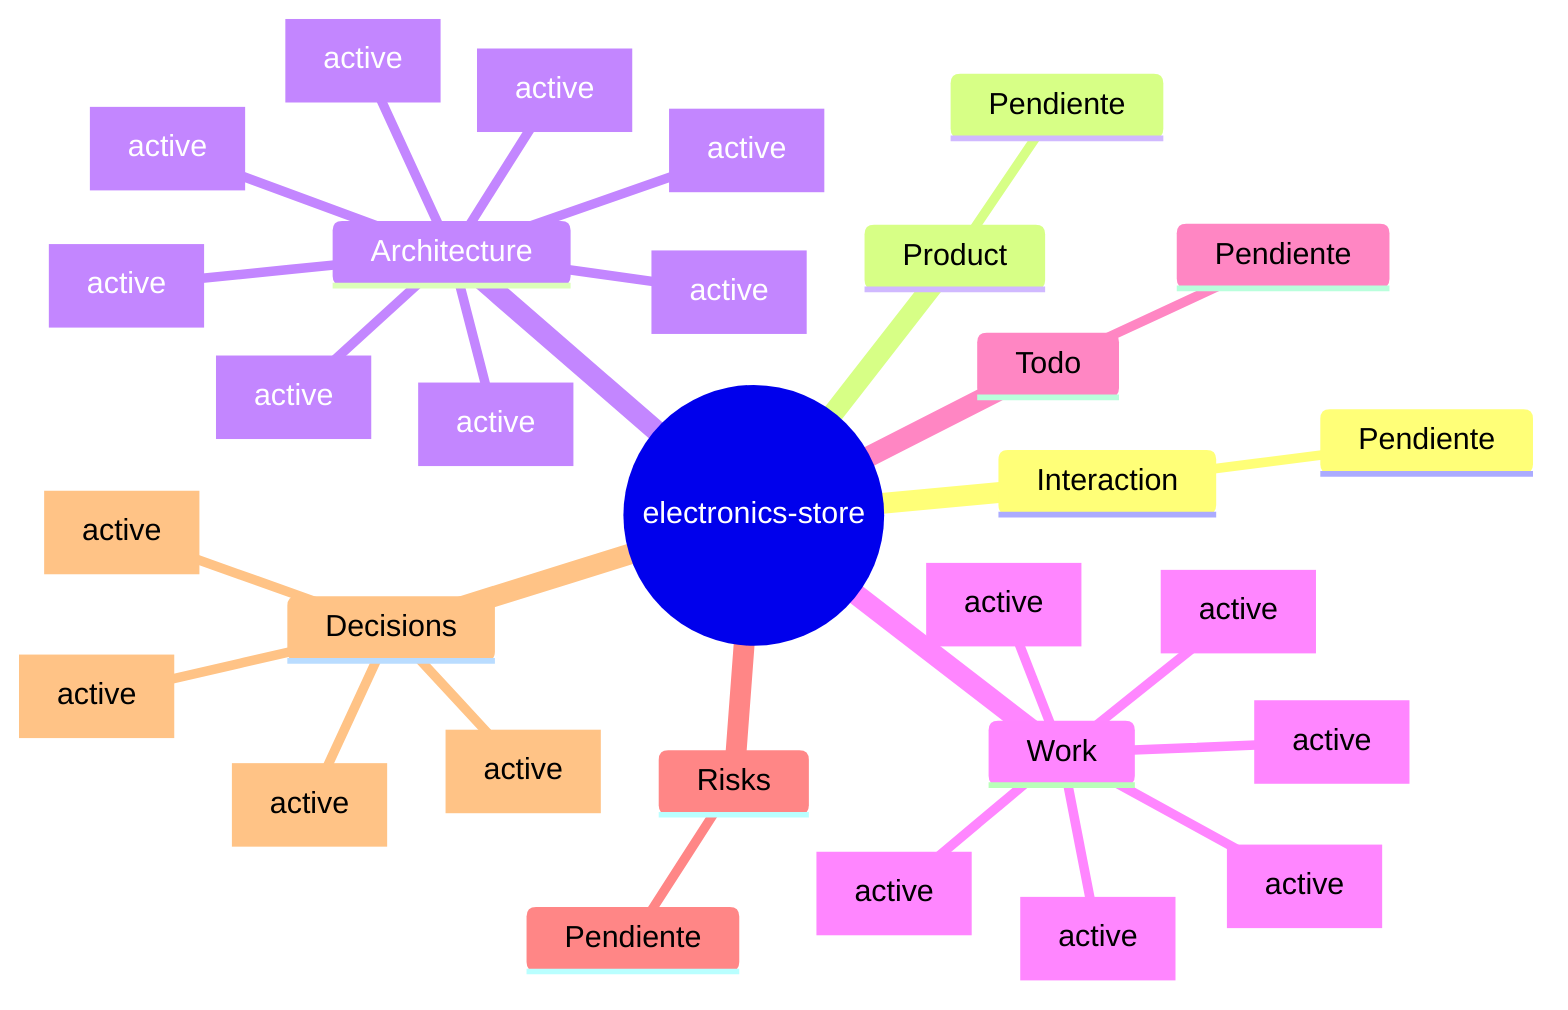
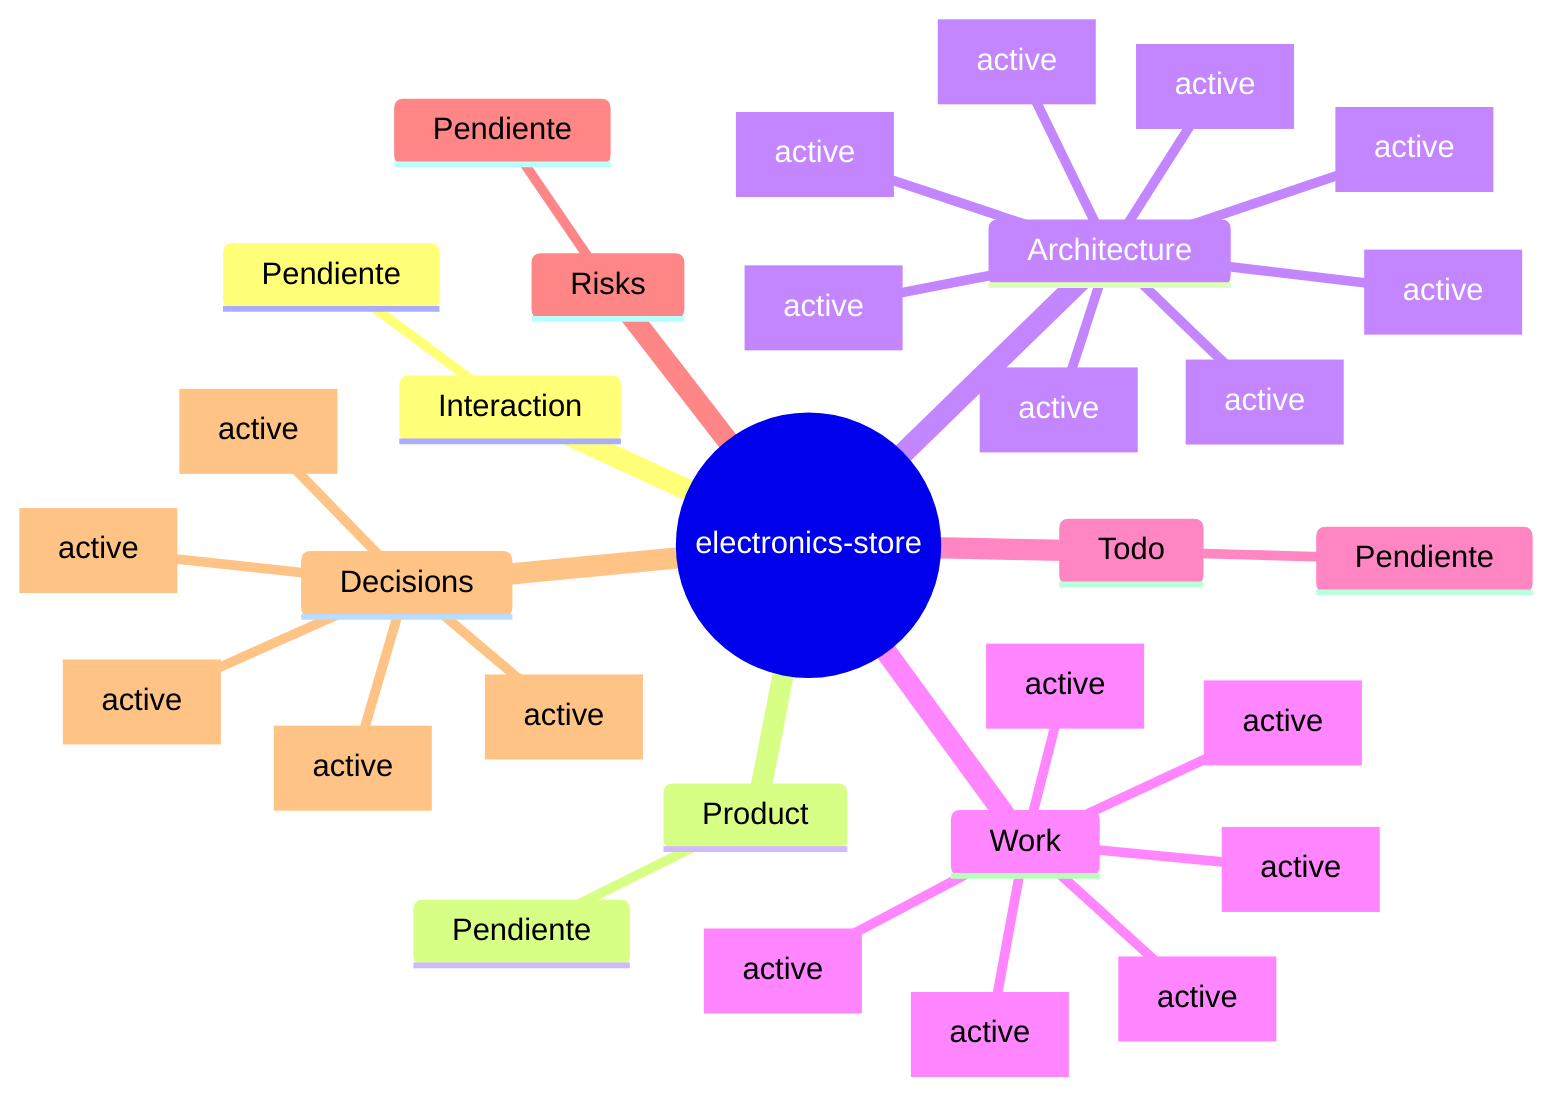
mindmap
  root((electronics-store))
    Interaction
      Pendiente
    Product
      Pendiente
    Architecture
      .env [active]
      .env.example [active]
      .gitignore [active]
      AGENTS.md [active]
      CLAUDE.md [active]
      README.md [active]
      eslint.config.mjs [active]
      middleware.ts [active]
    Work
      Google store admin access [active]
      Store security and caching pass [active]
      Electronics inventory research shortlist [active]
      Landing hero trust imagery [active]
      Updated family storefront hero image [active]
      Updated storefront hero image order [active]
    Todo
      Pendiente
    Risks
      Pendiente
    Decisions
      Landing hero image rotation [active]
      Official Nubel Store logo assets [active]
      Official SVG logo source [active]
      Compact technology wordmark [active]
+       Serious brand hover animation [active]
